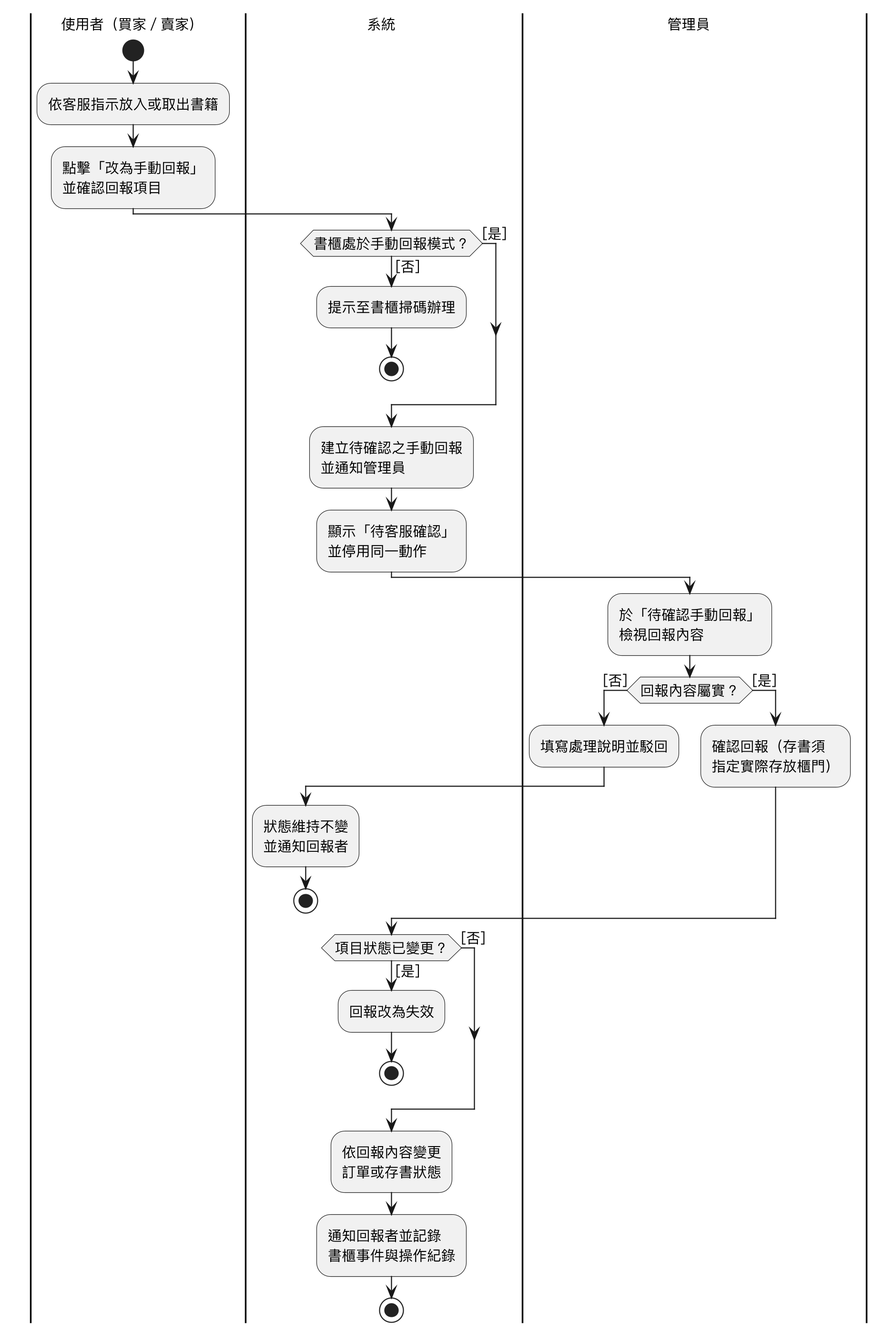
Before: Diagrams/Activity diagram/v3/uc32.png, a diagram exported from PlantUML (SaveMyBook/SaveMyBook). Source of this version:
```plantuml
@startuml
skinparam monochrome true
skinparam shadowing false
skinparam dpi 220
skinparam defaultFontName "PingFang TC"
skinparam defaultFontSize 13
skinparam swimlaneWidth same
|使用者（買家／賣家）|
start
:依客服指示放入或取出書籍;
:點擊「改為手動回報」\n並確認回報項目;
|系統|
if (書櫃處於手動回報模式？) then ([否])
  :提示至書櫃掃碼辦理;
  stop
else ([是])
endif
:建立待確認之手動回報\n並通知管理員;
:顯示「待客服確認」\n並停用同一動作;
|管理員|
:於「待確認手動回報」\n檢視回報內容;
if (回報內容屬實？) then ([否])
  :填寫處理說明並駁回;
  |系統|
  :狀態維持不變\n並通知回報者;
  stop
else ([是])
  |管理員|
  :確認回報（存書須\n指定實際存放櫃門）;
endif
|系統|
if (項目狀態已變更？) then ([是])
  :回報改為失效;
  stop
else ([否])
endif
:依回報內容變更\n訂單或存書狀態;
:通知回報者並記錄\n書櫃事件與操作紀錄;
stop
@enduml
```
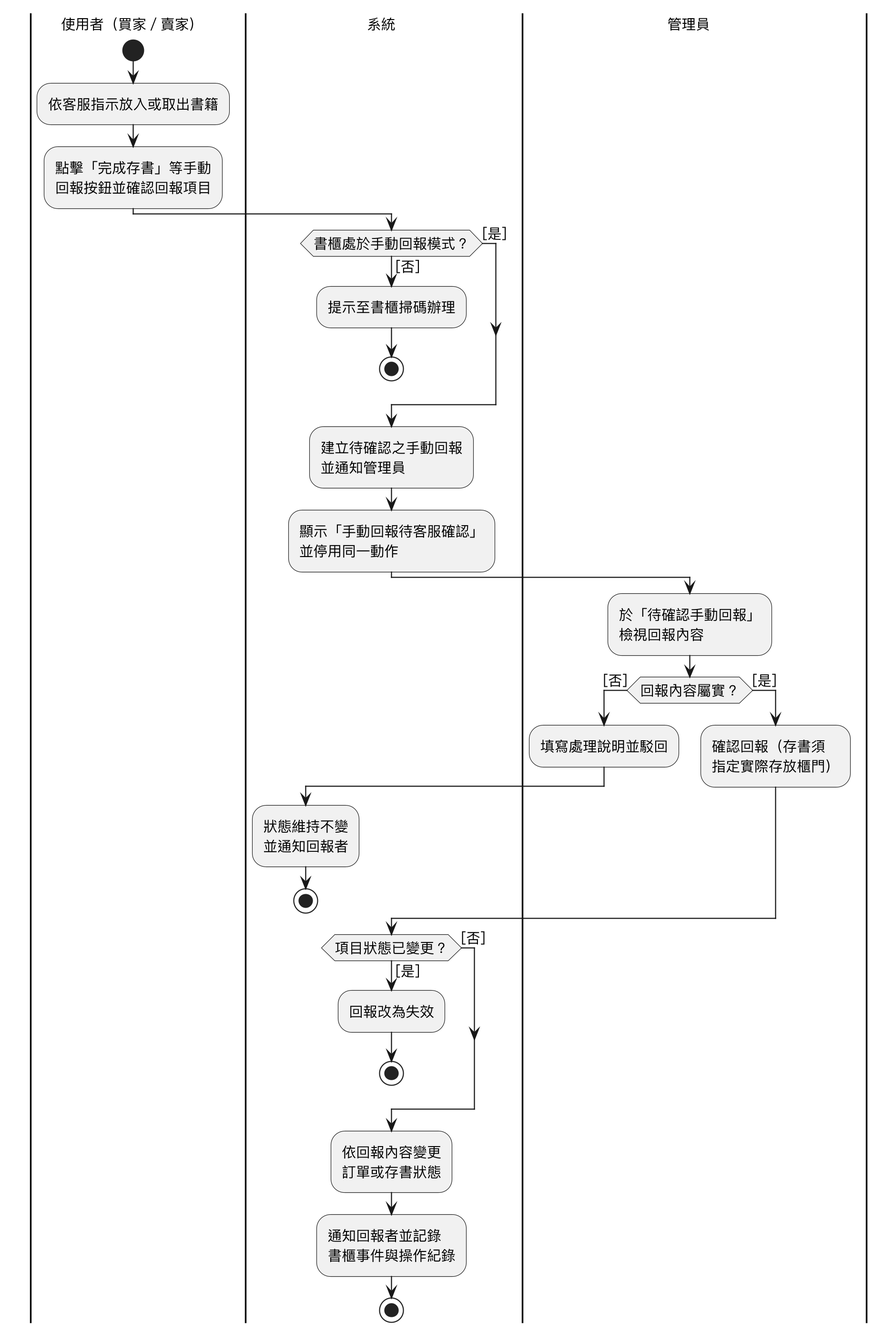
After the change.

Diff of the diagram source:
```diff
@@ -8,7 +8,7 @@
 |使用者（買家／賣家）|
 start
 :依客服指示放入或取出書籍;
-:點擊「改為手動回報」\n並確認回報項目;
+:點擊「完成存書」等手動\n回報按鈕並確認回報項目;
 |系統|
 if (書櫃處於手動回報模式？) then ([否])
   :提示至書櫃掃碼辦理;
@@ -16,7 +16,7 @@
 else ([是])
 endif
 :建立待確認之手動回報\n並通知管理員;
-:顯示「待客服確認」\n並停用同一動作;
+:顯示「手動回報待客服確認」\n並停用同一動作;
 |管理員|
 :於「待確認手動回報」\n檢視回報內容;
 if (回報內容屬實？) then ([否])
```
